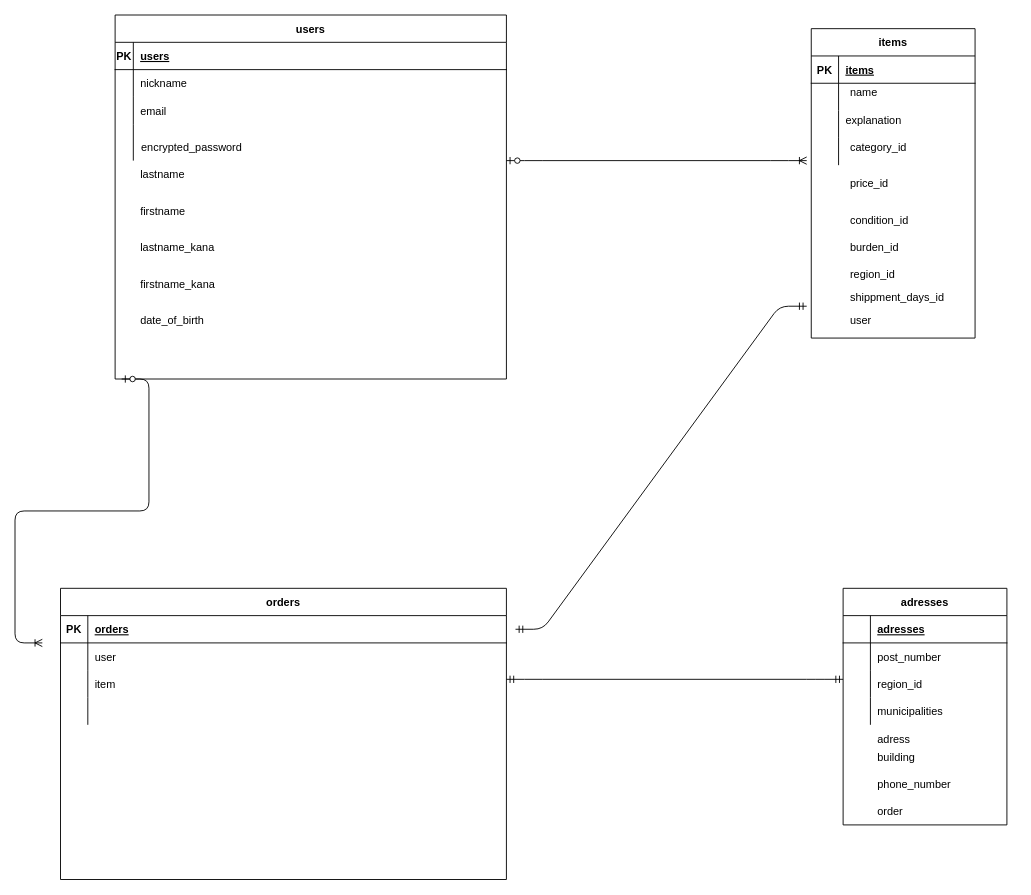
Earlier version of the draw.io diagram test.dio (mikimm/furima-38386). Source tidied: cells renumbered, new cells numbered last; positions are measured from the earlier drawing's top-left corner, leaving out a move shared by most shapes. Both pictures are drawn from the tidied source at 91%, with x=0, y=0 at pixel (42, 15).
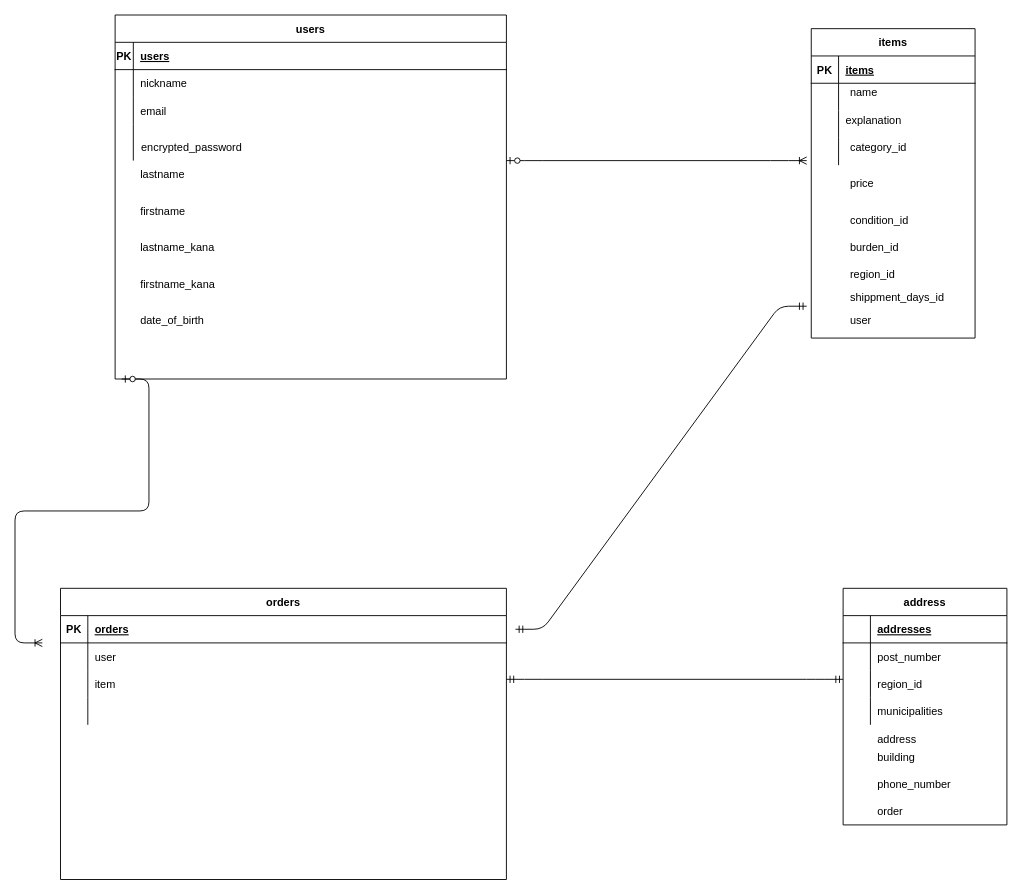
The same diagram, later.

Unchanged cells that the change refers to:
```xml
<mxCell id="36" style="shape=partialRectangle;fillColor=none;top=0;left=0;bottom=1;right=0;" parent="35" vertex="1">
  <mxGeometry y="30" width="180" height="30" as="geometry" />
</mxCell>
```

Diff of the diagram source:
```diff
@@
-    <mxCell id="34" value="price_id" style="shape=partialRectangle;fillColor=none;top=0;left=0;bottom=0;right=0;align=left;spacingLeft=6;overflow=hidden;" parent="1" vertex="1">
+    <mxCell id="34" value="price" style="shape=partialRectangle;fillColor=none;top=0;left=0;bottom=0;right=0;align=left;spacingLeft=6;overflow=hidden;" parent="1" vertex="1">
       <mxGeometry x="880" y="170" width="120" height="30" as="geometry" />
     </mxCell>
-    <mxCell id="35" value="adresses" style="shape=table;startSize=30;childLayout=tableLayout;rowLines=0;fontStyle=1;align=center;" parent="1" vertex="1">
+    <mxCell id="35" value="address" style="shape=table;startSize=30;childLayout=tableLayout;rowLines=0;fontStyle=1;align=center;" parent="1" vertex="1">
       <mxGeometry x="880" y="630" width="180" height="260" as="geometry" />
     </mxCell>
@@
-    <mxCell id="38" value="adresses" style="shape=partialRectangle;fillColor=none;top=0;left=0;bottom=0;right=0;align=left;spacingLeft=6;fontStyle=5;overflow=hidden;" parent="36" vertex="1">
+    <mxCell id="38" value="addresses" style="shape=partialRectangle;fillColor=none;top=0;left=0;bottom=0;right=0;align=left;spacingLeft=6;fontStyle=5;overflow=hidden;" parent="36" vertex="1">
       <mxGeometry x="30" width="150" height="30" as="geometry" />
     </mxCell>
@@
-    <mxCell id="75" value="adress" style="shape=partialRectangle;fillColor=none;top=0;left=0;bottom=0;right=0;align=left;spacingLeft=6;overflow=hidden;" parent="1" vertex="1">
+    <mxCell id="75" value="address" style="shape=partialRectangle;fillColor=none;top=0;left=0;bottom=0;right=0;align=left;spacingLeft=6;overflow=hidden;" parent="1" vertex="1">
       <mxGeometry x="910" y="780" width="150" height="30" as="geometry" />
     </mxCell>
```
